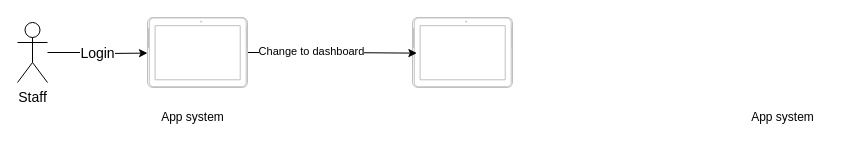
The draw.io diagram wireframe_explaination/work flow 2.drawio in duongminhthanh/app_system_management_visitor_for_old_aparment, before the edit. Source tidied: cells renumbered, new cells numbered last; positions are measured from the earlier drawing's top-left corner, leaving out a move shared by most shapes. Both pictures are drawn from the tidied source at 100%, with x=0, y=0 at pixel (17, 17).
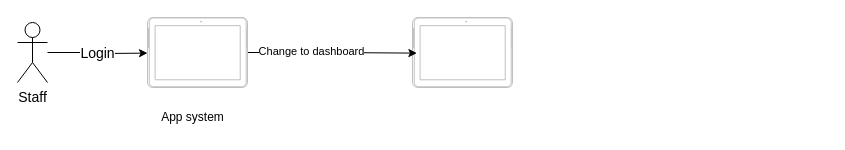
After the change.

Diff of the diagram source:
```diff
@@
 <mxGraphModel>
   <root>
     <mxCell id="0" />
     <mxCell id="1" parent="0" />
     <mxCell id="2" value="Login" style="edgeStyle=orthogonalEdgeStyle;rounded=0;jettySize=auto;html=1;entryX=0.563;entryY=0;entryDx=0;entryDy=0;entryPerimeter=0;fontSize=14;" parent="1" edge="1" source="3">
       <mxGeometry relative="1" as="geometry">
         <mxPoint x="130" y="35.6" as="targetPoint" />
       </mxGeometry>
     </mxCell>
     <mxCell id="3" value="Staff" style="shape=umlActor;verticalLabelPosition=bottom;verticalAlign=top;html=1;outlineConnect=0;fontSize=14;" parent="1" vertex="1">
       <mxGeometry y="5" width="30" height="60" as="geometry" />
     </mxCell>
     <mxCell id="4" value="App system" style="text;html=1;align=center;verticalAlign=middle;strokeColor=none;fillColor=none;" parent="1" vertex="1">
       <mxGeometry x="130" y="85" width="90" height="30" as="geometry" />
     </mxCell>
     <mxCell id="5" style="verticalLabelPosition=bottom;verticalAlign=top;html=1;shadow=0;dashed=0;strokeWidth=1;shape=mxgraph.android.tab2;strokeColor=#c0c0c0;direction=north;" parent="1" vertex="1">
       <mxGeometry x="395" width="100" height="70" as="geometry" />
     </mxCell>
-    <mxCell id="6" value="App system" style="text;html=1;align=center;verticalAlign=middle;strokeColor=none;fillColor=none;" parent="1" vertex="1">
-      <mxGeometry x="720" y="85" width="90" height="30" as="geometry" />
-    </mxCell>
     <mxCell id="7" style="edgeStyle=orthogonalEdgeStyle;rounded=0;jettySize=auto;html=1;entryX=0.491;entryY=0.044;entryDx=0;entryDy=0;entryPerimeter=0;" parent="1" edge="1" source="9" target="5">
       <mxGeometry relative="1" as="geometry" />
     </mxCell>
     <mxCell id="8" value="Change to dashboard" style="edgeLabel;html=1;align=center;verticalAlign=middle;" parent="7" vertex="1">
       <mxGeometry x="-0.26" y="2" relative="1" as="geometry" />
     </mxCell>
     <mxCell id="9" style="verticalLabelPosition=bottom;verticalAlign=top;html=1;shadow=0;dashed=0;strokeWidth=1;shape=mxgraph.android.tab2;strokeColor=#c0c0c0;direction=north;" parent="1" vertex="1">
       <mxGeometry x="130" width="100" height="70" as="geometry" />
     </mxCell>
   </root>
 </mxGraphModel>
```
